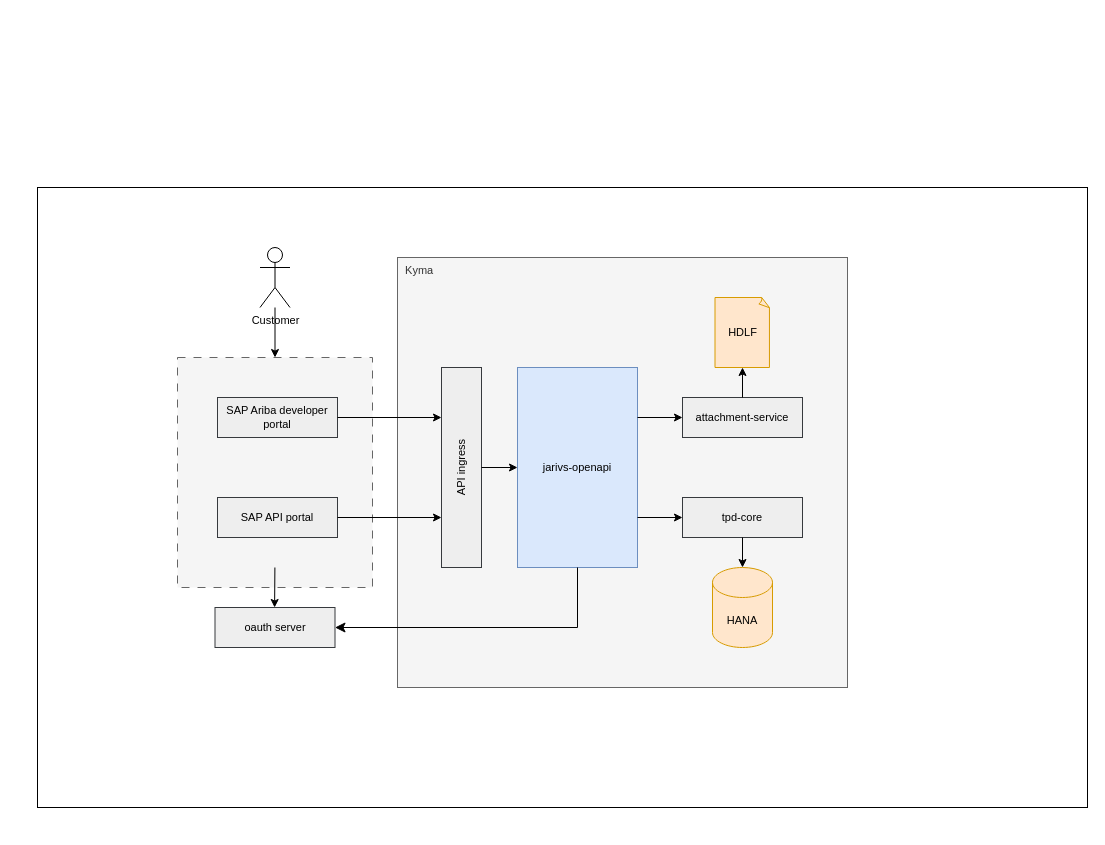
Earlier version of the draw.io diagram page "Page-1" (1 of 3) of certification-ng.drawio (huangshijie/Drawio). Source tidied: cells renumbered, new cells numbered last; positions are measured from the earlier drawing's top-left corner, leaving out a move shared by most shapes. Both pictures are drawn from the tidied source at 100%, with x=0, y=0 at pixel (37, 187).
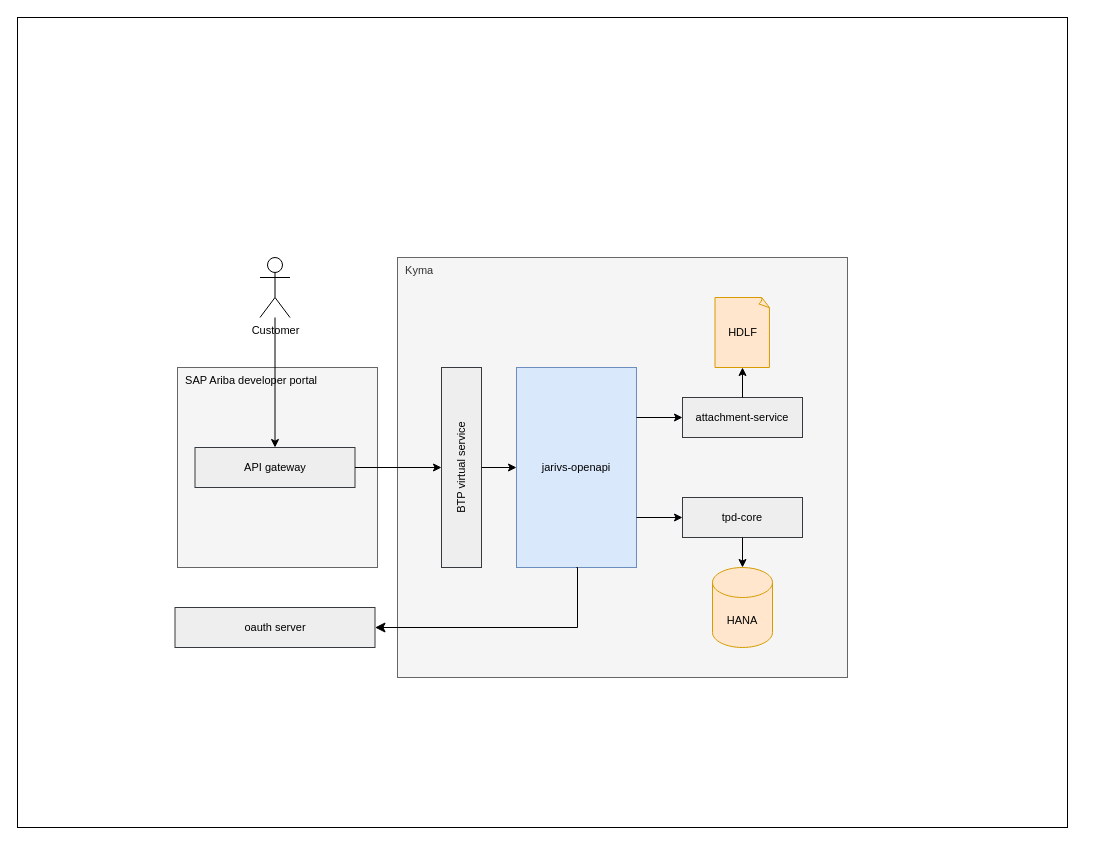
The same page after the edit.

The edit, as a diff of the source:
```diff
@@
     <mxCell id="2" style="rounded=0;whiteSpace=wrap;html=1;fontSize=11;" parent="1" vertex="1">
-      <mxGeometry width="1050" height="620" as="geometry" />
+      <mxGeometry x="-20" y="-170" width="1050" height="810" as="geometry" />
     </mxCell>
-    <mxCell id="3" style="rounded=0;whiteSpace=wrap;html=1;fillColor=#f5f5f5;fontColor=#333333;strokeColor=#666666;dashed=1;dashPattern=8 8;fontSize=11;" parent="1" vertex="1">
-      <mxGeometry x="140" y="170" width="195" height="230" as="geometry" />
+    <mxCell id="3" value="&lt;span style=&quot;color: rgb(0, 0, 0); text-align: center;&quot;&gt;&amp;nbsp; SAP Ariba developer portal&lt;/span&gt;" style="rounded=0;whiteSpace=wrap;html=1;fillColor=#f5f5f5;fontColor=#333333;strokeColor=#666666;fontSize=11;align=left;verticalAlign=top;" parent="1" vertex="1">
+      <mxGeometry x="140" y="180" width="200" height="200" as="geometry" />
     </mxCell>
     <mxCell id="4" value="&amp;nbsp; Kyma" style="rounded=0;whiteSpace=wrap;html=1;fillColor=#f5f5f5;fontColor=#333333;strokeColor=#666666;align=left;verticalAlign=top;fontSize=11;" parent="1" vertex="1">
-      <mxGeometry x="360" y="70" width="450" height="430" as="geometry" />
+      <mxGeometry x="360" y="70" width="450" height="420" as="geometry" />
     </mxCell>
-    <mxCell id="5" value="SAP Ariba developer portal" style="rounded=0;whiteSpace=wrap;html=1;fillColor=#eeeeee;strokeColor=#36393d;fontSize=11;" parent="1" vertex="1">
-      <mxGeometry x="180" y="210" width="120" height="40" as="geometry" />
-    </mxCell>
-    <mxCell id="6" value="API ingress" style="rounded=0;whiteSpace=wrap;html=1;fillColor=#eeeeee;strokeColor=#36393d;rotation=-90;fontSize=11;" parent="1" vertex="1">
+    <mxCell id="6" value="BTP virtual service" style="rounded=0;whiteSpace=wrap;html=1;fillColor=#eeeeee;strokeColor=#36393d;rotation=-90;fontSize=11;" parent="1" vertex="1">
       <mxGeometry x="324" y="260" width="200" height="40" as="geometry" />
     </mxCell>
@@
     <mxCell id="9" value="Customer" style="shape=umlActor;verticalLabelPosition=bottom;verticalAlign=top;html=1;outlineConnect=0;fontSize=11;" parent="1" vertex="1">
-      <mxGeometry x="222.5" y="60" width="30" height="60" as="geometry" />
+      <mxGeometry x="222.5" y="70" width="30" height="60" as="geometry" />
     </mxCell>
-    <mxCell id="10" value="SAP API portal" style="rounded=0;whiteSpace=wrap;html=1;fillColor=#eeeeee;strokeColor=#36393d;fontSize=11;" parent="1" vertex="1">
-      <mxGeometry x="180" y="310" width="120" height="40" as="geometry" />
-    </mxCell>
@@
     <mxCell id="12" value="jarivs-openapi" style="rounded=0;whiteSpace=wrap;html=1;fillColor=#dae8fc;strokeColor=#6c8ebf;rotation=0;fontSize=11;" parent="1" vertex="1">
-      <mxGeometry x="480" y="180" width="120" height="200" as="geometry" />
+      <mxGeometry x="479" y="180" width="120" height="200" as="geometry" />
     </mxCell>
@@
-    <mxCell id="14" style="endArrow=classic;html=1;rounded=0;exitX=1;exitY=0.5;exitDx=0;exitDy=0;entryX=0.75;entryY=0;entryDx=0;entryDy=0;fontSize=11;" parent="1" edge="1" source="5" target="6">
-      <mxGeometry relative="1" as="geometry" />
-    </mxCell>
-    <mxCell id="15" style="endArrow=classic;html=1;rounded=0;exitX=1;exitY=0.5;exitDx=0;exitDy=0;entryX=0.25;entryY=0;entryDx=0;entryDy=0;fontSize=11;" parent="1" edge="1" source="10" target="6">
-      <mxGeometry relative="1" as="geometry" />
-    </mxCell>
@@
-    <mxCell id="19" style="endArrow=classic;html=1;rounded=0;entryX=0.5;entryY=0;entryDx=0;entryDy=0;fontSize=11;" parent="1" edge="1" source="9" target="3">
+    <mxCell id="19" style="endArrow=classic;html=1;rounded=0;entryX=0.5;entryY=0;entryDx=0;entryDy=0;fontSize=11;" parent="1" edge="1" source="9" target="25">
       <mxGeometry relative="1" as="geometry" />
     </mxCell>
     <mxCell id="20" value="oauth server" style="rounded=0;whiteSpace=wrap;html=1;fillColor=#eeeeee;strokeColor=#36393d;fontSize=11;" parent="1" vertex="1">
-      <mxGeometry x="177.5" y="420" width="120" height="40" as="geometry" />
+      <mxGeometry x="137.5" y="420" width="200" height="40" as="geometry" />
     </mxCell>
@@
-    <mxCell id="22" style="endArrow=classic;html=1;rounded=0;fontSize=11;" parent="1" edge="1">
-      <mxGeometry relative="1" as="geometry">
-        <mxPoint x="237.4" y="380" as="sourcePoint" />
-        <mxPoint x="237.1" y="420" as="targetPoint" />
-      </mxGeometry>
-    </mxCell>
@@
+    <mxCell id="25" value="API gateway" style="rounded=0;whiteSpace=wrap;html=1;fillColor=#eeeeee;strokeColor=#36393d;fontSize=11;" parent="1" vertex="1">
+      <mxGeometry x="157.5" y="260" width="160" height="40" as="geometry" />
+    </mxCell>
+    <mxCell id="26" style="endArrow=classic;html=1;rounded=0;exitX=1;exitY=0.5;exitDx=0;exitDy=0;entryX=0.5;entryY=0;entryDx=0;entryDy=0;" parent="1" edge="1" source="25" target="6">
+      <mxGeometry relative="1" as="geometry" />
+    </mxCell>
```
